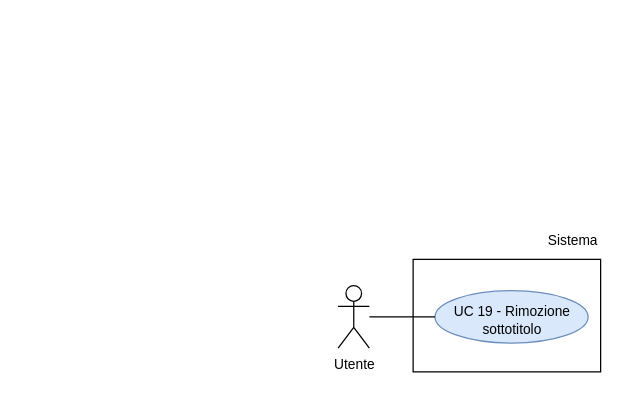
Earlier version of the draw.io diagram RTB/doc_esterna/analisi-dei-requisiti/assets/draw.io/UC19.drawio (thebitless-group-swe/thebitless.github.io). Source tidied: cells renumbered, new cells numbered last; positions are measured from the earlier drawing's top-left corner, leaving out a move shared by most shapes. Both pictures are drawn from the tidied source at 125%, with x=0, y=0 at pixel (338, 221).
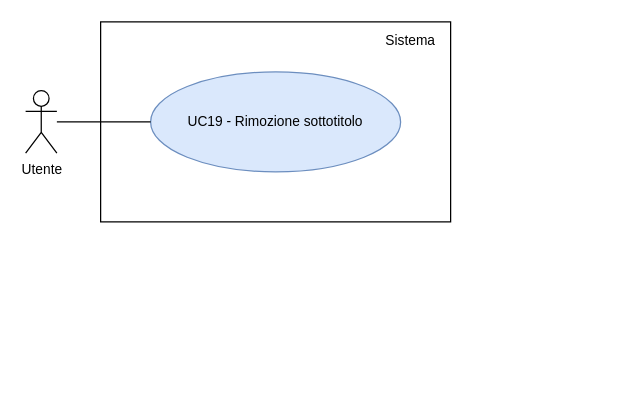
The same diagram, later.

The edit, as a diff of the source:
```diff
@@
 <mxGraphModel>
   <root>
     <mxCell id="0" />
     <mxCell id="1" parent="0" />
     <mxCell id="2" value="Utente" style="shape=umlActor;verticalLabelPosition=bottom;verticalAlign=top;html=1;outlineConnect=0;fontSize=11;" parent="1" vertex="1">
-      <mxGeometry y="51" width="25" height="50" as="geometry" />
+      <mxGeometry x="-250" y="-105" width="25" height="50" as="geometry" />
     </mxCell>
-    <mxCell id="3" style="rounded=0;whiteSpace=wrap;html=1;strokeWidth=1;" parent="1" vertex="1">
-      <mxGeometry x="60" y="30" width="150" height="90" as="geometry" />
-    </mxCell>
+    <mxCell id="8" style="rounded=0;whiteSpace=wrap;html=1;strokeWidth=1;" parent="1" vertex="1">
+      <mxGeometry x="-190" y="-160" width="280" height="160" as="geometry" />
+    </mxCell>
     <mxCell id="4" value="Sistema" style="text;html=1;whiteSpace=wrap;strokeColor=none;fillColor=none;align=right;verticalAlign=middle;fontSize=11;" parent="1" vertex="1">
-      <mxGeometry x="150" width="60" height="30" as="geometry" />
+      <mxGeometry x="10" y="-155" width="70" height="20" as="geometry" />
     </mxCell>
-    <mxCell id="5" value="&lt;div&gt;UC 19 - Rimozione sottotitolo&lt;/div&gt;" style="ellipse;whiteSpace=wrap;html=1;fillColor=#dae8fc;strokeColor=#6c8ebf;fontSize=11;convertToSvg=1;svgWhiteSpace=wrap;labelBorderColor=none;labelBackgroundColor=none;spacingBottom=-5;" parent="1" vertex="1">
-      <mxGeometry x="77.5" y="55" width="122.5" height="42" as="geometry" />
-    </mxCell>
-    <mxCell id="6" style="edgeStyle=none;rounded=0;jettySize=auto;html=1;endArrow=none;endFill=0;" parent="1" edge="1" source="2" target="5">
-      <mxGeometry relative="1" as="geometry" />
-    </mxCell>
-    <mxCell id="7" style="edgeStyle=orthogonalEdgeStyle;rounded=0;orthogonalLoop=1;jettySize=auto;html=1;exitX=0.5;exitY=1;exitDx=0;exitDy=0;" parent="1" edge="1" source="4" target="4">
-      <mxGeometry relative="1" as="geometry" />
-    </mxCell>
+    <mxCell id="9" value="UC19 - Rimozione sottotitolo" style="ellipse;whiteSpace=wrap;html=1;fillColor=#dae8fc;strokeColor=#6c8ebf;fontSize=11;" parent="1" vertex="1">
+      <mxGeometry x="-150" y="-120" width="200" height="80" as="geometry" />
+    </mxCell>
+    <mxCell id="10" style="edgeStyle=none;rounded=0;jettySize=auto;html=1;endArrow=none;endFill=0;" parent="1" edge="1" source="2" target="9">
+      <mxGeometry relative="1" as="geometry" />
+    </mxCell>
   </root>
 </mxGraphModel>
```
